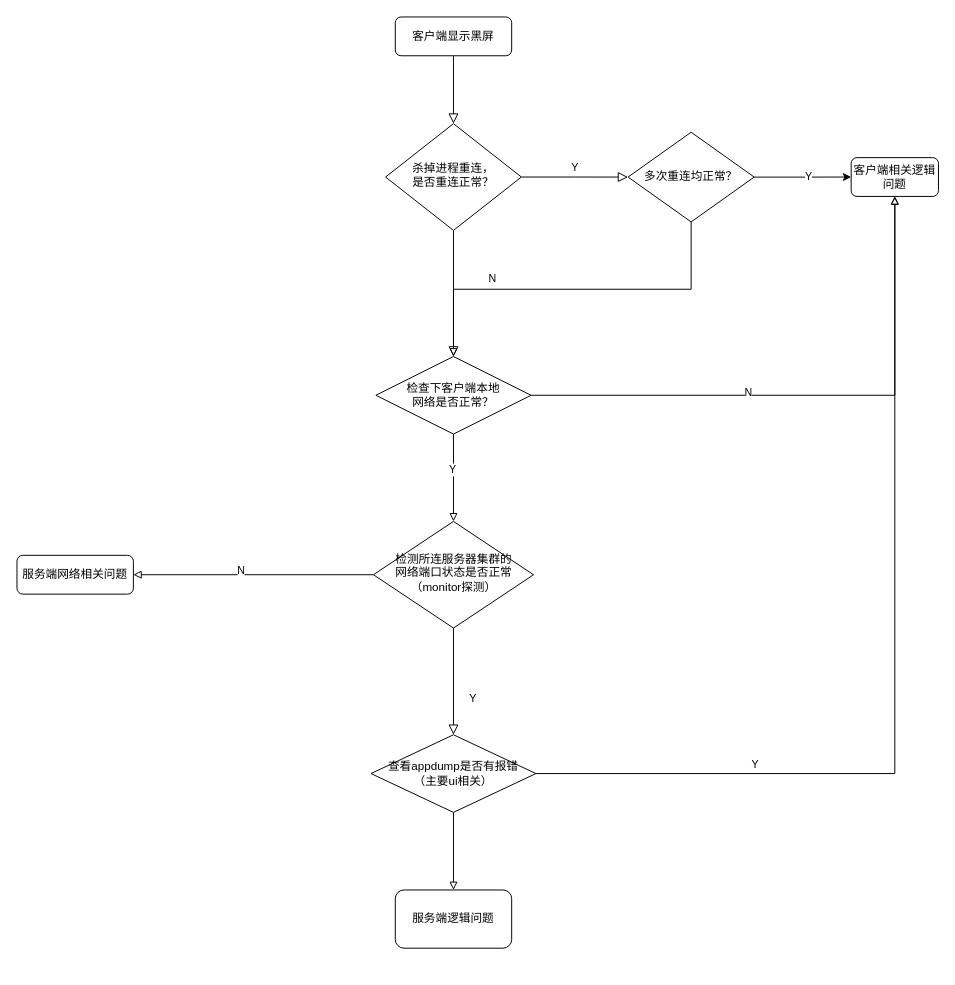
Jacob0407/Diagram keeps this draw.io diagram as 网易/黑屏排查.drawio. Above is the earlier version. Source tidied: cells renumbered, new cells numbered last; positions are measured from the earlier drawing's top-left corner, leaving out a move shared by most shapes. Both pictures are drawn from the tidied source at 97%, with x=0, y=0 at pixel (16, 16).
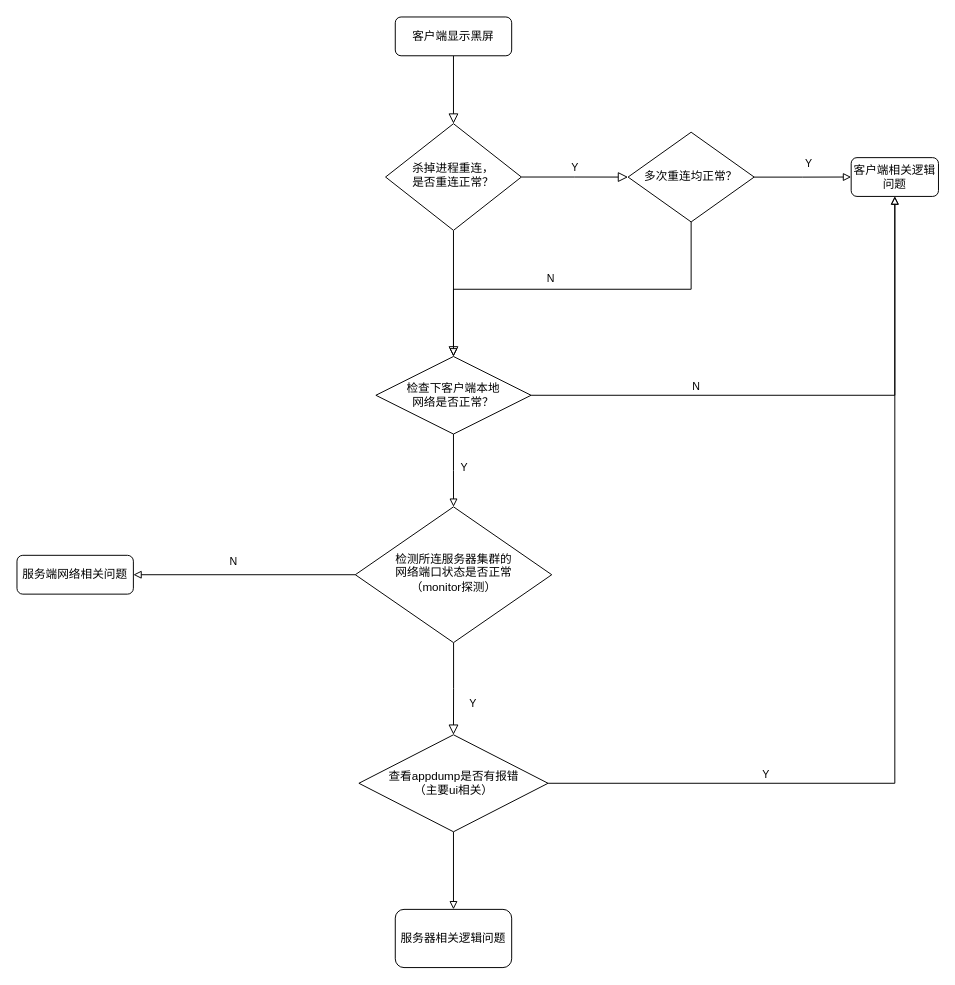
The same page after the edit.

Commit message:
更新黑屏排查.drawio

Unchanged cells that the change refers to:
```xml
<mxCell id="6" value="杀掉进程重连，&lt;br&gt;是否重连正常？" style="rhombus;whiteSpace=wrap;html=1;shadow=0;fontFamily=Helvetica;fontSize=12;align=center;strokeWidth=1;spacing=6;spacingTop=-4;" parent="1" vertex="1">
  <mxGeometry x="380" y="110" width="140" height="110" as="geometry" />
</mxCell>
<mxCell id="7" value="客户端相关逻辑问题" style="rounded=1;whiteSpace=wrap;html=1;fontSize=12;glass=0;strokeWidth=1;shadow=0;" parent="1" vertex="1">
  <mxGeometry x="860" y="145" width="90" height="40" as="geometry" />
</mxCell>
<mxCell id="9" style="edgeStyle=orthogonalEdgeStyle;rounded=0;jettySize=auto;html=1;exitX=0;exitY=0.5;exitDx=0;exitDy=0;endArrow=block;endFill=0;" parent="1" edge="1" source="11" target="12">
  <mxGeometry relative="1" as="geometry" />
</mxCell>
<mxCell id="16" value="多次重连均正常？" style="rhombus;whiteSpace=wrap;html=1;" parent="1" vertex="1">
  <mxGeometry x="630" y="118.8" width="130" height="92.5" as="geometry" />
</mxCell>
<mxCell id="17" style="edgeStyle=orthogonalEdgeStyle;rounded=0;jettySize=auto;html=1;entryX=0.5;entryY=0;entryDx=0;entryDy=0;endArrow=block;endFill=0;" parent="1" edge="1" source="21" target="11">
  <mxGeometry relative="1" as="geometry" />
</mxCell>
<mxCell id="19" style="edgeStyle=orthogonalEdgeStyle;rounded=0;jettySize=auto;html=1;entryX=0.5;entryY=1;entryDx=0;entryDy=0;endArrow=block;endFill=0;" parent="1" edge="1" source="21" target="7">
  <mxGeometry relative="1" as="geometry" />
</mxCell>
<mxCell id="21" value="检查下客户端本地&lt;br&gt;网络是否正常？" style="rhombus;whiteSpace=wrap;html=1;" parent="1" vertex="1">
  <mxGeometry x="370" y="350" width="160" height="80" as="geometry" />
</mxCell>
```

Change to the diagram source:
```diff
@@
     <mxCell id="4" value="N" style="rounded=0;html=1;jettySize=auto;fontSize=11;endArrow=block;endFill=0;endSize=8;strokeWidth=1;shadow=0;labelBackgroundColor=none;edgeStyle=orthogonalEdgeStyle;entryX=0.5;entryY=0;entryDx=0;entryDy=0;" parent="1" edge="1" source="6" target="21">
-      <mxGeometry x="-0.23" y="40" relative="1" as="geometry" />
+      <mxGeometry x="-0.23" y="100" relative="1" as="geometry" />
     </mxCell>
@@
     <mxCell id="10" value="N" style="edgeLabel;html=1;align=center;verticalAlign=middle;" parent="9" vertex="1">
       <mxGeometry x="0.16" relative="1" as="geometry">
-        <mxPoint x="7" y="-5" as="offset" />
+        <mxPoint x="7" y="-15" as="offset" />
       </mxGeometry>
     </mxCell>
     <mxCell id="11" value="检测所连服务器集群的&lt;br&gt;网络端口状态是否正常&lt;br&gt;（monitor探测）" style="rhombus;whiteSpace=wrap;html=1;shadow=0;fontFamily=Helvetica;fontSize=12;align=center;strokeWidth=1;spacing=6;spacingTop=-4;" parent="1" vertex="1">
-      <mxGeometry x="367.5" y="520" width="165" height="110" as="geometry" />
+      <mxGeometry x="348.8" y="505" width="202.5" height="140" as="geometry" />
     </mxCell>
@@
-    <mxCell id="13" style="edgeStyle=orthogonalEdgeStyle;rounded=0;jettySize=auto;html=1;entryX=0;entryY=0.5;entryDx=0;entryDy=0;" parent="1" edge="1" source="16" target="7">
+    <mxCell id="13" style="edgeStyle=orthogonalEdgeStyle;rounded=0;jettySize=auto;html=1;entryX=0;entryY=0.5;entryDx=0;entryDy=0;endArrow=block;endFill=0;" parent="1" edge="1" source="16" target="7">
       <mxGeometry relative="1" as="geometry" />
     </mxCell>
     <mxCell id="14" value="Y" style="edgeLabel;html=1;align=center;verticalAlign=middle;" parent="13" vertex="1">
-      <mxGeometry x="0.12" y="1" relative="1" as="geometry" />
+      <mxGeometry x="0.12" y="1" relative="1" as="geometry">
+        <mxPoint y="-14" as="offset" />
+      </mxGeometry>
     </mxCell>
@@
     <mxCell id="18" value="Y" style="edgeLabel;html=1;align=center;verticalAlign=middle;" parent="17" vertex="1">
-      <mxGeometry x="-0.2" y="-2" relative="1" as="geometry" />
+      <mxGeometry x="-0.2" y="-2" relative="1" as="geometry">
+        <mxPoint x="12" y="4" as="offset" />
+      </mxGeometry>
     </mxCell>
@@
     <mxCell id="20" value="N" style="edgeLabel;html=1;align=center;verticalAlign=middle;" parent="19" vertex="1">
-      <mxGeometry x="-0.23" y="4" relative="1" as="geometry" />
+      <mxGeometry x="-0.23" y="4" relative="1" as="geometry">
+        <mxPoint x="-54" y="-6" as="offset" />
+      </mxGeometry>
     </mxCell>
@@
-    <mxCell id="24" style="edgeStyle=orthogonalEdgeStyle;rounded=0;jettySize=auto;html=1;exitX=0.5;exitY=1;exitDx=0;exitDy=0;endArrow=block;endFill=0;" parent="1" edge="1" source="25" target="26">
+    <mxCell id="24" style="edgeStyle=orthogonalEdgeStyle;rounded=0;jettySize=auto;html=1;exitX=0.5;exitY=1;exitDx=0;exitDy=0;endArrow=block;endFill=0;entryX=0.5;entryY=0;entryDx=0;entryDy=0;" parent="1" edge="1" source="25" target="27">
       <mxGeometry relative="1" as="geometry" />
     </mxCell>
     <mxCell id="25" value="查看appdump是否有报错&lt;br&gt;（主要ui相关）" style="rhombus;whiteSpace=wrap;html=1;" parent="1" vertex="1">
-      <mxGeometry x="365" y="740" width="170" height="80" as="geometry" />
+      <mxGeometry x="352.5" y="740" width="195" height="100" as="geometry" />
     </mxCell>
-    <mxCell id="26" value="服务端逻辑问题" style="rounded=1;whiteSpace=wrap;html=1;" parent="1" vertex="1">
-      <mxGeometry x="390" y="900" width="120" height="60" as="geometry" />
-    </mxCell>
+    <mxCell id="27" value="服务器相关逻辑问题" style="rounded=1;whiteSpace=wrap;html=1;" parent="1" vertex="1">
+      <mxGeometry x="390" y="920" width="120" height="60" as="geometry" />
+    </mxCell>
```
